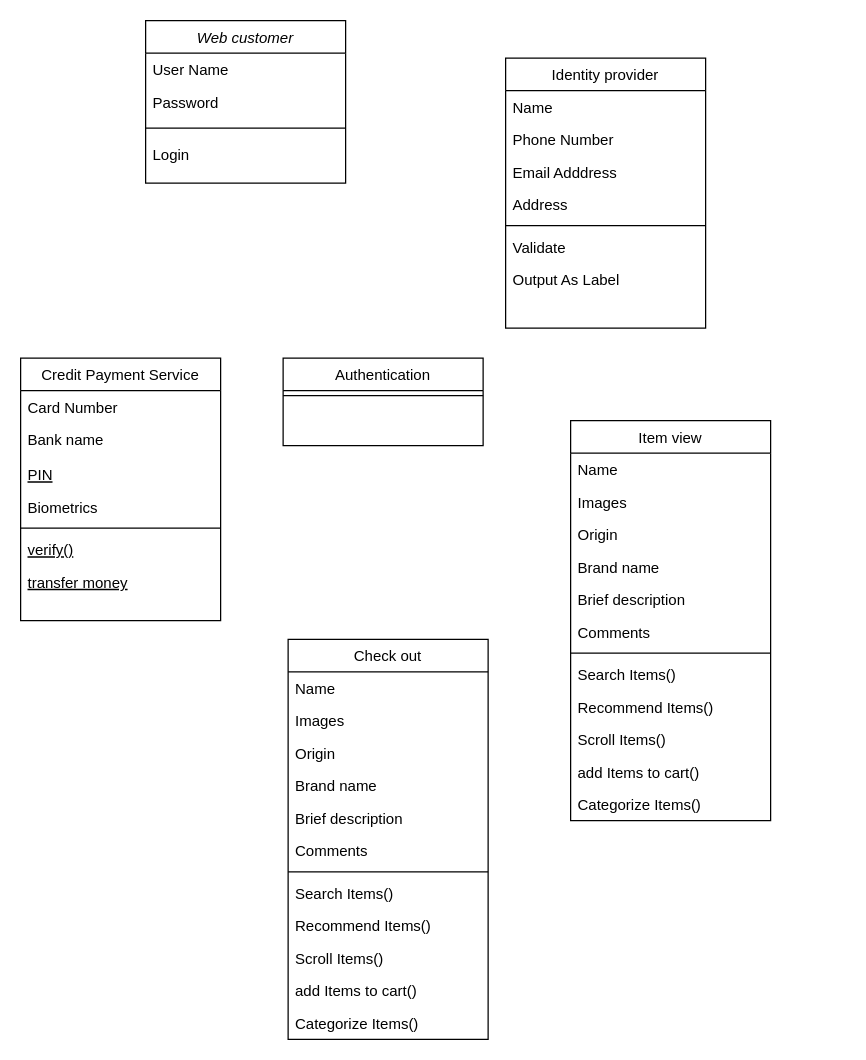
Earlier version of the draw.io diagram tu-dien/Biểu đồ không có tiêu đề.drawio (22022658NguyenTienKhoi/dict). Source tidied: cells renumbered, new cells numbered last; positions are measured from the earlier drawing's top-left corner, leaving out a move shared by most shapes. Both pictures are drawn from the tidied source at 125%, with x=0, y=0 at pixel (20, 20).
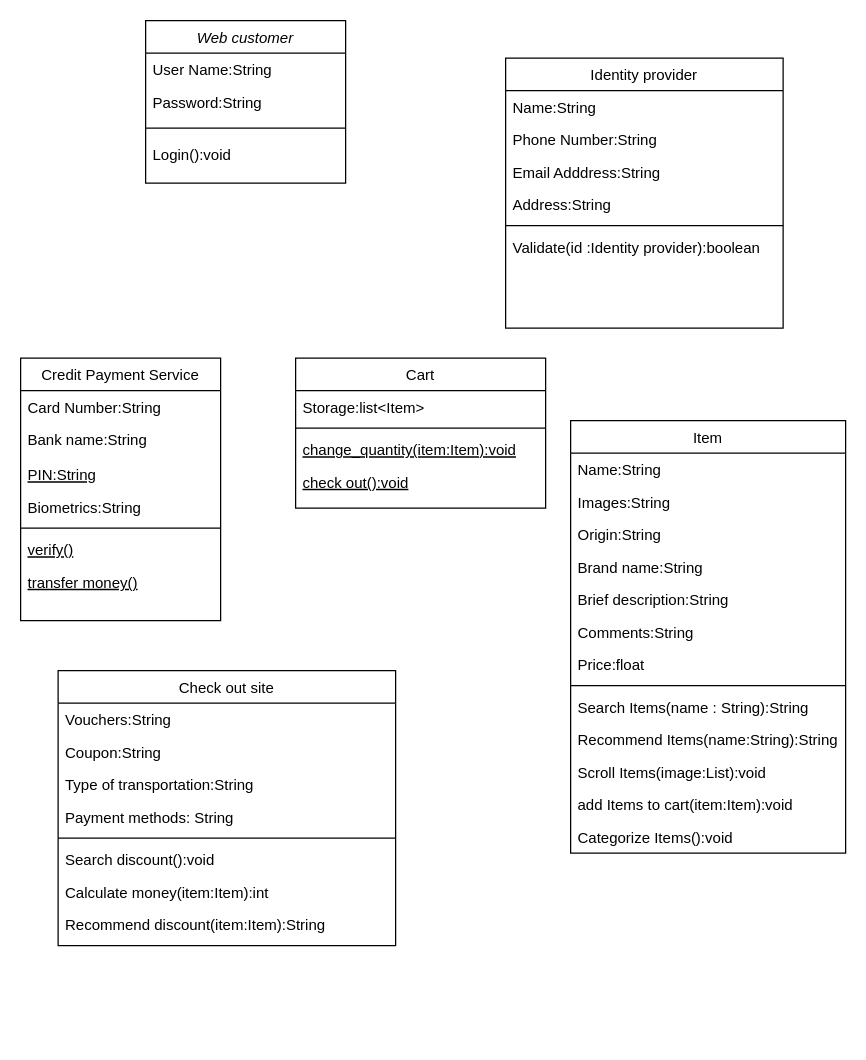
Above is the later version.

The change refers to these unchanged cells:
```xml
<mxCell id="2" value="Web customer" style="swimlane;fontStyle=2;align=center;verticalAlign=top;horizontal=1;startSize=26;rounded=0;shadow=0;strokeWidth=1;" parent="1" vertex="1">
  <mxGeometry x="100" width="160" height="130" as="geometry" />
</mxCell>
<mxCell id="7" value="Credit Payment Service" style="swimlane;fontStyle=0;align=center;verticalAlign=top;horizontal=1;startSize=26;rounded=0;shadow=0;strokeWidth=1;" parent="1" vertex="1">
  <mxGeometry y="270" width="160" height="210" as="geometry" />
</mxCell>
```

Diff of the diagram source:
```diff
@@
-    <mxCell id="3" value="User Name" style="text;align=left;verticalAlign=top;spacingLeft=4;spacingRight=4;overflow=hidden;" parent="2" vertex="1">
+    <mxCell id="3" value="User Name:String" style="text;align=left;verticalAlign=top;spacingLeft=4;spacingRight=4;overflow=hidden;" parent="2" vertex="1">
       <mxGeometry y="26" width="160" height="26" as="geometry" />
     </mxCell>
-    <mxCell id="4" value="Password" style="text;align=left;verticalAlign=top;spacingLeft=4;spacingRight=4;overflow=hidden;rounded=0;shadow=0;html=0;" parent="2" vertex="1">
+    <mxCell id="4" value="Password:String" style="text;align=left;verticalAlign=top;spacingLeft=4;spacingRight=4;overflow=hidden;rounded=0;shadow=0;html=0;" parent="2" vertex="1">
       <mxGeometry y="52" width="160" height="26" as="geometry" />
     </mxCell>
@@
-    <mxCell id="6" value="Login" style="text;align=left;verticalAlign=top;spacingLeft=4;spacingRight=4;overflow=hidden;rounded=0;shadow=0;html=0;" parent="2" vertex="1">
+    <mxCell id="6" value="Login():void" style="text;align=left;verticalAlign=top;spacingLeft=4;spacingRight=4;overflow=hidden;rounded=0;shadow=0;html=0;" parent="2" vertex="1">
       <mxGeometry y="94" width="160" height="36" as="geometry" />
     </mxCell>
@@
-    <mxCell id="8" value="Card Number" style="text;align=left;verticalAlign=top;spacingLeft=4;spacingRight=4;overflow=hidden;" parent="7" vertex="1">
+    <mxCell id="8" value="Card Number:String" style="text;align=left;verticalAlign=top;spacingLeft=4;spacingRight=4;overflow=hidden;" parent="7" vertex="1">
       <mxGeometry y="26" width="160" height="26" as="geometry" />
     </mxCell>
-    <mxCell id="9" value="Bank name" style="text;align=left;verticalAlign=top;spacingLeft=4;spacingRight=4;overflow=hidden;rounded=0;shadow=0;html=0;" parent="7" vertex="1">
+    <mxCell id="9" value="Bank name:String" style="text;align=left;verticalAlign=top;spacingLeft=4;spacingRight=4;overflow=hidden;rounded=0;shadow=0;html=0;" parent="7" vertex="1">
       <mxGeometry y="52" width="160" height="28" as="geometry" />
     </mxCell>
-    <mxCell id="10" value="PIN" style="text;align=left;verticalAlign=top;spacingLeft=4;spacingRight=4;overflow=hidden;fontStyle=4;" parent="7" vertex="1">
+    <mxCell id="10" value="PIN:String" style="text;align=left;verticalAlign=top;spacingLeft=4;spacingRight=4;overflow=hidden;fontStyle=4;" parent="7" vertex="1">
       <mxGeometry y="80" width="160" height="26" as="geometry" />
     </mxCell>
-    <mxCell id="11" value="Biometrics" style="text;align=left;verticalAlign=top;spacingLeft=4;spacingRight=4;overflow=hidden;" parent="7" vertex="1">
+    <mxCell id="11" value="Biometrics:String" style="text;align=left;verticalAlign=top;spacingLeft=4;spacingRight=4;overflow=hidden;" parent="7" vertex="1">
       <mxGeometry y="106" width="160" height="26" as="geometry" />
     </mxCell>
@@
-    <mxCell id="14" value="transfer money" style="text;align=left;verticalAlign=top;spacingLeft=4;spacingRight=4;overflow=hidden;fontStyle=4;" parent="7" vertex="1">
+    <mxCell id="14" value="transfer money()" style="text;align=left;verticalAlign=top;spacingLeft=4;spacingRight=4;overflow=hidden;fontStyle=4;" parent="7" vertex="1">
       <mxGeometry y="166" width="160" height="26" as="geometry" />
     </mxCell>
-    <mxCell id="15" value="Authentication" style="swimlane;fontStyle=0;align=center;verticalAlign=top;horizontal=1;startSize=26;rounded=0;shadow=0;strokeWidth=1;" parent="1" vertex="1">
-      <mxGeometry x="210" y="270" width="160" height="70" as="geometry" />
-    </mxCell>
-    <mxCell id="16" style="line;html=1;strokeWidth=1;align=left;verticalAlign=middle;spacingTop=-1;spacingLeft=3;spacingRight=3;labelPosition=right;" parent="15" vertex="1">
-      <mxGeometry y="26" width="160" height="8" as="geometry" />
-    </mxCell>
     <mxCell id="17" value="Identity provider" style="swimlane;fontStyle=0;align=center;verticalAlign=top;horizontal=1;startSize=26;rounded=0;shadow=0;strokeWidth=1;" parent="1" vertex="1">
-      <mxGeometry x="388" y="30" width="160" height="216" as="geometry" />
+      <mxGeometry x="388" y="30" width="222" height="216" as="geometry" />
     </mxCell>
-    <mxCell id="18" value="Name" style="text;align=left;verticalAlign=top;spacingLeft=4;spacingRight=4;overflow=hidden;rounded=0;shadow=0;html=0;" parent="17" vertex="1">
-      <mxGeometry y="26" width="160" height="26" as="geometry" />
+    <mxCell id="18" value="Name:String" style="text;align=left;verticalAlign=top;spacingLeft=4;spacingRight=4;overflow=hidden;rounded=0;shadow=0;html=0;" parent="17" vertex="1">
+      <mxGeometry y="26" width="222" height="26" as="geometry" />
     </mxCell>
-    <mxCell id="19" value="Phone Number" style="text;align=left;verticalAlign=top;spacingLeft=4;spacingRight=4;overflow=hidden;rounded=0;shadow=0;html=0;" parent="17" vertex="1">
-      <mxGeometry y="52" width="160" height="26" as="geometry" />
+    <mxCell id="19" value="Phone Number:String" style="text;align=left;verticalAlign=top;spacingLeft=4;spacingRight=4;overflow=hidden;rounded=0;shadow=0;html=0;" parent="17" vertex="1">
+      <mxGeometry y="52" width="222" height="26" as="geometry" />
     </mxCell>
-    <mxCell id="20" value="Email Adddress" style="text;align=left;verticalAlign=top;spacingLeft=4;spacingRight=4;overflow=hidden;rounded=0;shadow=0;html=0;" parent="17" vertex="1">
-      <mxGeometry y="78" width="160" height="26" as="geometry" />
+    <mxCell id="20" value="Email Adddress:String" style="text;align=left;verticalAlign=top;spacingLeft=4;spacingRight=4;overflow=hidden;rounded=0;shadow=0;html=0;" parent="17" vertex="1">
+      <mxGeometry y="78" width="222" height="26" as="geometry" />
     </mxCell>
-    <mxCell id="21" value="Address" style="text;align=left;verticalAlign=top;spacingLeft=4;spacingRight=4;overflow=hidden;rounded=0;shadow=0;html=0;" parent="17" vertex="1">
-      <mxGeometry y="104" width="160" height="26" as="geometry" />
+    <mxCell id="21" value="Address:String" style="text;align=left;verticalAlign=top;spacingLeft=4;spacingRight=4;overflow=hidden;rounded=0;shadow=0;html=0;" parent="17" vertex="1">
+      <mxGeometry y="104" width="222" height="26" as="geometry" />
     </mxCell>
     <mxCell id="22" style="line;html=1;strokeWidth=1;align=left;verticalAlign=middle;spacingTop=-1;spacingLeft=3;spacingRight=3;labelPosition=right;" parent="17" vertex="1">
-      <mxGeometry y="130" width="160" height="8" as="geometry" />
+      <mxGeometry y="130" width="222" height="8" as="geometry" />
     </mxCell>
-    <mxCell id="23" value="Validate" style="text;align=left;verticalAlign=top;spacingLeft=4;spacingRight=4;overflow=hidden;" parent="17" vertex="1">
-      <mxGeometry y="138" width="160" height="26" as="geometry" />
+    <mxCell id="23" value="Validate(id :Identity provider):boolean&#10;" style="text;align=left;verticalAlign=top;spacingLeft=4;spacingRight=4;overflow=hidden;" parent="17" vertex="1">
+      <mxGeometry y="138" width="222" height="26" as="geometry" />
     </mxCell>
-    <mxCell id="24" value="Output As Label" style="text;align=left;verticalAlign=top;spacingLeft=4;spacingRight=4;overflow=hidden;" parent="17" vertex="1">
-      <mxGeometry y="164" width="160" height="26" as="geometry" />
-    </mxCell>
-    <mxCell id="25" value="Item view" style="swimlane;fontStyle=0;align=center;verticalAlign=top;horizontal=1;startSize=26;rounded=0;shadow=0;strokeWidth=1;" parent="1" vertex="1">
-      <mxGeometry x="440" y="320" width="160" height="320" as="geometry" />
+    <mxCell id="25" value="Item" style="swimlane;fontStyle=0;align=center;verticalAlign=top;horizontal=1;startSize=26;rounded=0;shadow=0;strokeWidth=1;" parent="1" vertex="1">
+      <mxGeometry x="440" y="320" width="220" height="346" as="geometry" />
     </mxCell>
-    <mxCell id="26" value="Name" style="text;align=left;verticalAlign=top;spacingLeft=4;spacingRight=4;overflow=hidden;rounded=0;shadow=0;html=0;" parent="25" vertex="1">
-      <mxGeometry y="26" width="160" height="26" as="geometry" />
+    <mxCell id="26" value="Name:String" style="text;align=left;verticalAlign=top;spacingLeft=4;spacingRight=4;overflow=hidden;rounded=0;shadow=0;html=0;" parent="25" vertex="1">
+      <mxGeometry y="26" width="220" height="26" as="geometry" />
     </mxCell>
-    <mxCell id="27" value="Images" style="text;align=left;verticalAlign=top;spacingLeft=4;spacingRight=4;overflow=hidden;rounded=0;shadow=0;html=0;" parent="25" vertex="1">
-      <mxGeometry y="52" width="160" height="26" as="geometry" />
+    <mxCell id="27" value="Images:String" style="text;align=left;verticalAlign=top;spacingLeft=4;spacingRight=4;overflow=hidden;rounded=0;shadow=0;html=0;" parent="25" vertex="1">
+      <mxGeometry y="52" width="220" height="26" as="geometry" />
     </mxCell>
-    <mxCell id="28" value="Origin" style="text;align=left;verticalAlign=top;spacingLeft=4;spacingRight=4;overflow=hidden;rounded=0;shadow=0;html=0;" parent="25" vertex="1">
-      <mxGeometry y="78" width="160" height="26" as="geometry" />
+    <mxCell id="28" value="Origin:String" style="text;align=left;verticalAlign=top;spacingLeft=4;spacingRight=4;overflow=hidden;rounded=0;shadow=0;html=0;" parent="25" vertex="1">
+      <mxGeometry y="78" width="220" height="26" as="geometry" />
     </mxCell>
-    <mxCell id="29" value="Brand name" style="text;align=left;verticalAlign=top;spacingLeft=4;spacingRight=4;overflow=hidden;rounded=0;shadow=0;html=0;" parent="25" vertex="1">
-      <mxGeometry y="104" width="160" height="26" as="geometry" />
+    <mxCell id="29" value="Brand name:String" style="text;align=left;verticalAlign=top;spacingLeft=4;spacingRight=4;overflow=hidden;rounded=0;shadow=0;html=0;" parent="25" vertex="1">
+      <mxGeometry y="104" width="220" height="26" as="geometry" />
     </mxCell>
-    <mxCell id="30" value="Brief description" style="text;align=left;verticalAlign=top;spacingLeft=4;spacingRight=4;overflow=hidden;rounded=0;shadow=0;html=0;" parent="25" vertex="1">
-      <mxGeometry y="130" width="160" height="26" as="geometry" />
+    <mxCell id="30" value="Brief description:String" style="text;align=left;verticalAlign=top;spacingLeft=4;spacingRight=4;overflow=hidden;rounded=0;shadow=0;html=0;" parent="25" vertex="1">
+      <mxGeometry y="130" width="220" height="26" as="geometry" />
     </mxCell>
-    <mxCell id="31" value="Comments" style="text;align=left;verticalAlign=top;spacingLeft=4;spacingRight=4;overflow=hidden;rounded=0;shadow=0;html=0;" parent="25" vertex="1">
-      <mxGeometry y="156" width="160" height="26" as="geometry" />
+    <mxCell id="31" value="Comments:String" style="text;align=left;verticalAlign=top;spacingLeft=4;spacingRight=4;overflow=hidden;rounded=0;shadow=0;html=0;" parent="25" vertex="1">
+      <mxGeometry y="156" width="220" height="26" as="geometry" />
     </mxCell>
+    <mxCell id="51" value="Price:float" style="text;align=left;verticalAlign=top;spacingLeft=4;spacingRight=4;overflow=hidden;rounded=0;shadow=0;html=0;" parent="25" vertex="1">
+      <mxGeometry y="182" width="220" height="26" as="geometry" />
+    </mxCell>
     <mxCell id="32" style="line;html=1;strokeWidth=1;align=left;verticalAlign=middle;spacingTop=-1;spacingLeft=3;spacingRight=3;labelPosition=right;" parent="25" vertex="1">
-      <mxGeometry y="182" width="160" height="8" as="geometry" />
+      <mxGeometry y="208" width="220" height="8" as="geometry" />
     </mxCell>
-    <mxCell id="33" value="Search Items()" style="text;align=left;verticalAlign=top;spacingLeft=4;spacingRight=4;overflow=hidden;" parent="25" vertex="1">
-      <mxGeometry y="190" width="160" height="26" as="geometry" />
+    <mxCell id="33" value="Search Items(name : String):String " style="text;align=left;verticalAlign=top;spacingLeft=4;spacingRight=4;overflow=hidden;" parent="25" vertex="1">
+      <mxGeometry y="216" width="220" height="26" as="geometry" />
     </mxCell>
-    <mxCell id="34" value="Recommend Items()" style="text;align=left;verticalAlign=top;spacingLeft=4;spacingRight=4;overflow=hidden;" parent="25" vertex="1">
-      <mxGeometry y="216" width="160" height="26" as="geometry" />
+    <mxCell id="34" value="Recommend Items(name:String):String" style="text;align=left;verticalAlign=top;spacingLeft=4;spacingRight=4;overflow=hidden;" parent="25" vertex="1">
+      <mxGeometry y="242" width="220" height="26" as="geometry" />
     </mxCell>
-    <mxCell id="35" value="Scroll Items()" style="text;align=left;verticalAlign=top;spacingLeft=4;spacingRight=4;overflow=hidden;" parent="25" vertex="1">
-      <mxGeometry y="242" width="160" height="26" as="geometry" />
+    <mxCell id="35" value="Scroll Items(image:List):void" style="text;align=left;verticalAlign=top;spacingLeft=4;spacingRight=4;overflow=hidden;" parent="25" vertex="1">
+      <mxGeometry y="268" width="220" height="26" as="geometry" />
     </mxCell>
-    <mxCell id="36" value="add Items to cart()" style="text;align=left;verticalAlign=top;spacingLeft=4;spacingRight=4;overflow=hidden;" parent="25" vertex="1">
-      <mxGeometry y="268" width="160" height="26" as="geometry" />
+    <mxCell id="36" value="add Items to cart(item:Item):void" style="text;align=left;verticalAlign=top;spacingLeft=4;spacingRight=4;overflow=hidden;" parent="25" vertex="1">
+      <mxGeometry y="294" width="220" height="26" as="geometry" />
     </mxCell>
-    <mxCell id="37" value="Categorize Items()" style="text;align=left;verticalAlign=top;spacingLeft=4;spacingRight=4;overflow=hidden;" parent="25" vertex="1">
-      <mxGeometry y="294" width="160" height="26" as="geometry" />
+    <mxCell id="37" value="Categorize Items():void" style="text;align=left;verticalAlign=top;spacingLeft=4;spacingRight=4;overflow=hidden;" parent="25" vertex="1">
+      <mxGeometry y="320" width="220" height="26" as="geometry" />
     </mxCell>
-    <mxCell id="38" value="Check out" style="swimlane;fontStyle=0;align=center;verticalAlign=top;horizontal=1;startSize=26;rounded=0;shadow=0;strokeWidth=1;" parent="1" vertex="1">
-      <mxGeometry x="214" y="495" width="160" height="320" as="geometry" />
+    <mxCell id="38" value="Check out site" style="swimlane;fontStyle=0;align=center;verticalAlign=top;horizontal=1;startSize=26;rounded=0;shadow=0;strokeWidth=1;" parent="1" vertex="1">
+      <mxGeometry x="30" y="520" width="270" height="220" as="geometry" />
     </mxCell>
-    <mxCell id="39" value="Name" style="text;align=left;verticalAlign=top;spacingLeft=4;spacingRight=4;overflow=hidden;rounded=0;shadow=0;html=0;" parent="38" vertex="1">
-      <mxGeometry y="26" width="160" height="26" as="geometry" />
+    <mxCell id="39" value="Vouchers:String" style="text;align=left;verticalAlign=top;spacingLeft=4;spacingRight=4;overflow=hidden;rounded=0;shadow=0;html=0;" parent="38" vertex="1">
+      <mxGeometry y="26" width="270" height="26" as="geometry" />
     </mxCell>
-    <mxCell id="40" value="Images" style="text;align=left;verticalAlign=top;spacingLeft=4;spacingRight=4;overflow=hidden;rounded=0;shadow=0;html=0;" parent="38" vertex="1">
-      <mxGeometry y="52" width="160" height="26" as="geometry" />
+    <mxCell id="40" value="Coupon:String" style="text;align=left;verticalAlign=top;spacingLeft=4;spacingRight=4;overflow=hidden;rounded=0;shadow=0;html=0;" parent="38" vertex="1">
+      <mxGeometry y="52" width="270" height="26" as="geometry" />
     </mxCell>
-    <mxCell id="41" value="Origin" style="text;align=left;verticalAlign=top;spacingLeft=4;spacingRight=4;overflow=hidden;rounded=0;shadow=0;html=0;" parent="38" vertex="1">
-      <mxGeometry y="78" width="160" height="26" as="geometry" />
+    <mxCell id="41" value="Type of transportation:String" style="text;align=left;verticalAlign=top;spacingLeft=4;spacingRight=4;overflow=hidden;rounded=0;shadow=0;html=0;" parent="38" vertex="1">
+      <mxGeometry y="78" width="270" height="26" as="geometry" />
     </mxCell>
-    <mxCell id="42" value="Brand name" style="text;align=left;verticalAlign=top;spacingLeft=4;spacingRight=4;overflow=hidden;rounded=0;shadow=0;html=0;" parent="38" vertex="1">
-      <mxGeometry y="104" width="160" height="26" as="geometry" />
+    <mxCell id="42" value="Payment methods: String" style="text;align=left;verticalAlign=top;spacingLeft=4;spacingRight=4;overflow=hidden;rounded=0;shadow=0;html=0;" parent="38" vertex="1">
+      <mxGeometry y="104" width="270" height="26" as="geometry" />
     </mxCell>
-    <mxCell id="43" value="Brief description" style="text;align=left;verticalAlign=top;spacingLeft=4;spacingRight=4;overflow=hidden;rounded=0;shadow=0;html=0;" parent="38" vertex="1">
-      <mxGeometry y="130" width="160" height="26" as="geometry" />
-    </mxCell>
-    <mxCell id="44" value="Comments" style="text;align=left;verticalAlign=top;spacingLeft=4;spacingRight=4;overflow=hidden;rounded=0;shadow=0;html=0;" parent="38" vertex="1">
-      <mxGeometry y="156" width="160" height="26" as="geometry" />
-    </mxCell>
     <mxCell id="45" style="line;html=1;strokeWidth=1;align=left;verticalAlign=middle;spacingTop=-1;spacingLeft=3;spacingRight=3;labelPosition=right;" parent="38" vertex="1">
-      <mxGeometry y="182" width="160" height="8" as="geometry" />
+      <mxGeometry y="130" width="270" height="8" as="geometry" />
     </mxCell>
-    <mxCell id="46" value="Search Items()" style="text;align=left;verticalAlign=top;spacingLeft=4;spacingRight=4;overflow=hidden;" parent="38" vertex="1">
-      <mxGeometry y="190" width="160" height="26" as="geometry" />
+    <mxCell id="46" value="Search discount():void" style="text;align=left;verticalAlign=top;spacingLeft=4;spacingRight=4;overflow=hidden;" parent="38" vertex="1">
+      <mxGeometry y="138" width="270" height="26" as="geometry" />
     </mxCell>
-    <mxCell id="47" value="Recommend Items()" style="text;align=left;verticalAlign=top;spacingLeft=4;spacingRight=4;overflow=hidden;" parent="38" vertex="1">
-      <mxGeometry y="216" width="160" height="26" as="geometry" />
+    <mxCell id="47" value="Calculate money(item:Item):int" style="text;align=left;verticalAlign=top;spacingLeft=4;spacingRight=4;overflow=hidden;" parent="38" vertex="1">
+      <mxGeometry y="164" width="270" height="26" as="geometry" />
     </mxCell>
-    <mxCell id="48" value="Scroll Items()" style="text;align=left;verticalAlign=top;spacingLeft=4;spacingRight=4;overflow=hidden;" parent="38" vertex="1">
-      <mxGeometry y="242" width="160" height="26" as="geometry" />
+    <mxCell id="48" value="Recommend discount(item:Item):String" style="text;align=left;verticalAlign=top;spacingLeft=4;spacingRight=4;overflow=hidden;" parent="38" vertex="1">
+      <mxGeometry y="190" width="270" height="26" as="geometry" />
     </mxCell>
-    <mxCell id="49" value="add Items to cart()" style="text;align=left;verticalAlign=top;spacingLeft=4;spacingRight=4;overflow=hidden;" parent="38" vertex="1">
-      <mxGeometry y="268" width="160" height="26" as="geometry" />
-    </mxCell>
-    <mxCell id="50" value="Categorize Items()" style="text;align=left;verticalAlign=top;spacingLeft=4;spacingRight=4;overflow=hidden;" parent="38" vertex="1">
-      <mxGeometry y="294" width="160" height="26" as="geometry" />
-    </mxCell>
+    <mxCell id="52" value="Cart" style="swimlane;fontStyle=0;align=center;verticalAlign=top;horizontal=1;startSize=26;rounded=0;shadow=0;strokeWidth=1;" parent="1" vertex="1">
+      <mxGeometry x="220" y="270" width="200" height="120" as="geometry" />
+    </mxCell>
+    <mxCell id="53" value="Storage:list&lt;Item&gt;" style="text;align=left;verticalAlign=top;spacingLeft=4;spacingRight=4;overflow=hidden;" parent="52" vertex="1">
+      <mxGeometry y="26" width="200" height="26" as="geometry" />
+    </mxCell>
+    <mxCell id="54" style="line;html=1;strokeWidth=1;align=left;verticalAlign=middle;spacingTop=-1;spacingLeft=3;spacingRight=3;labelPosition=right;" parent="52" vertex="1">
+      <mxGeometry y="52" width="200" height="8" as="geometry" />
+    </mxCell>
+    <mxCell id="55" value="change_quantity(item:Item):void" style="text;align=left;verticalAlign=top;spacingLeft=4;spacingRight=4;overflow=hidden;fontStyle=4;" parent="52" vertex="1">
+      <mxGeometry y="60" width="200" height="26" as="geometry" />
+    </mxCell>
+    <mxCell id="56" value="check out():void" style="text;align=left;verticalAlign=top;spacingLeft=4;spacingRight=4;overflow=hidden;fontStyle=4;" parent="52" vertex="1">
+      <mxGeometry y="86" width="200" height="26" as="geometry" />
+    </mxCell>
```
